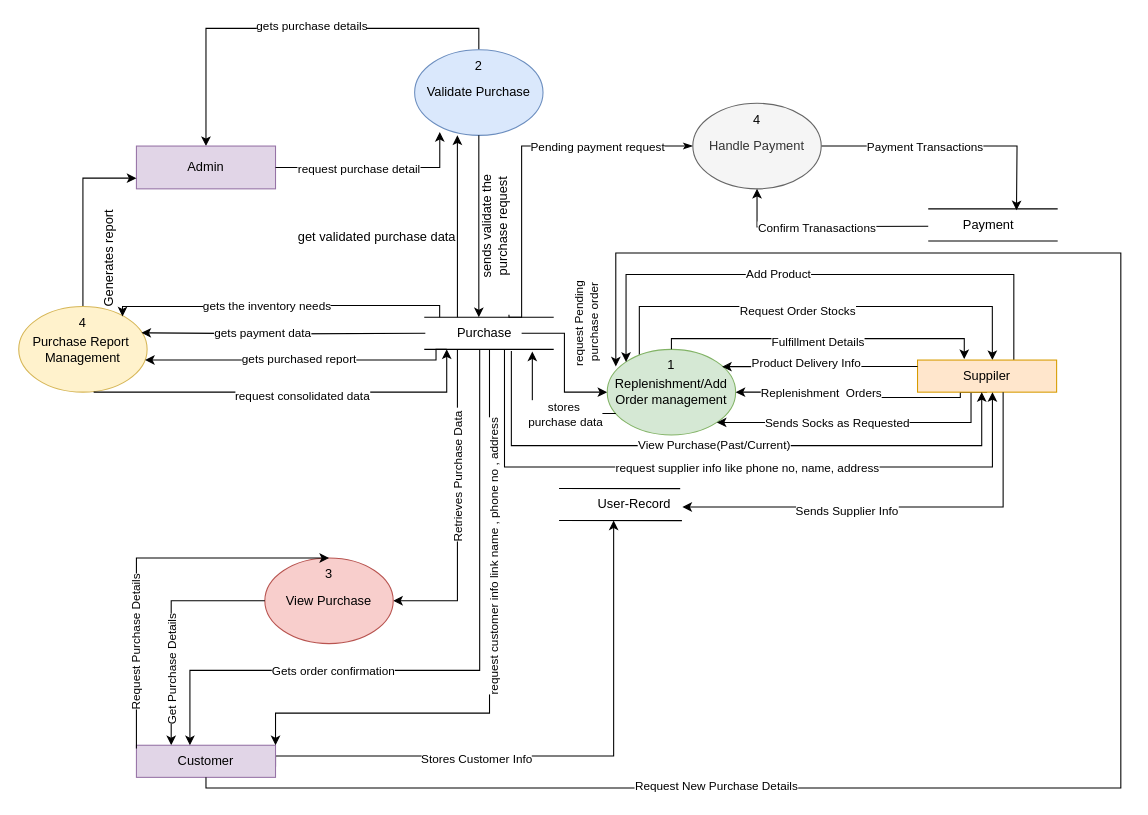
Above: Payment level 1.drawio in pawal-karki/DRAW.IO (draw.io), before the change. Source tidied: cells renumbered, new cells numbered last; positions are measured from the earlier drawing's top-left corner, leaving out a move shared by most shapes. Both pictures are drawn from the tidied source at 107%, with x=0, y=0 at pixel (-3, 49).
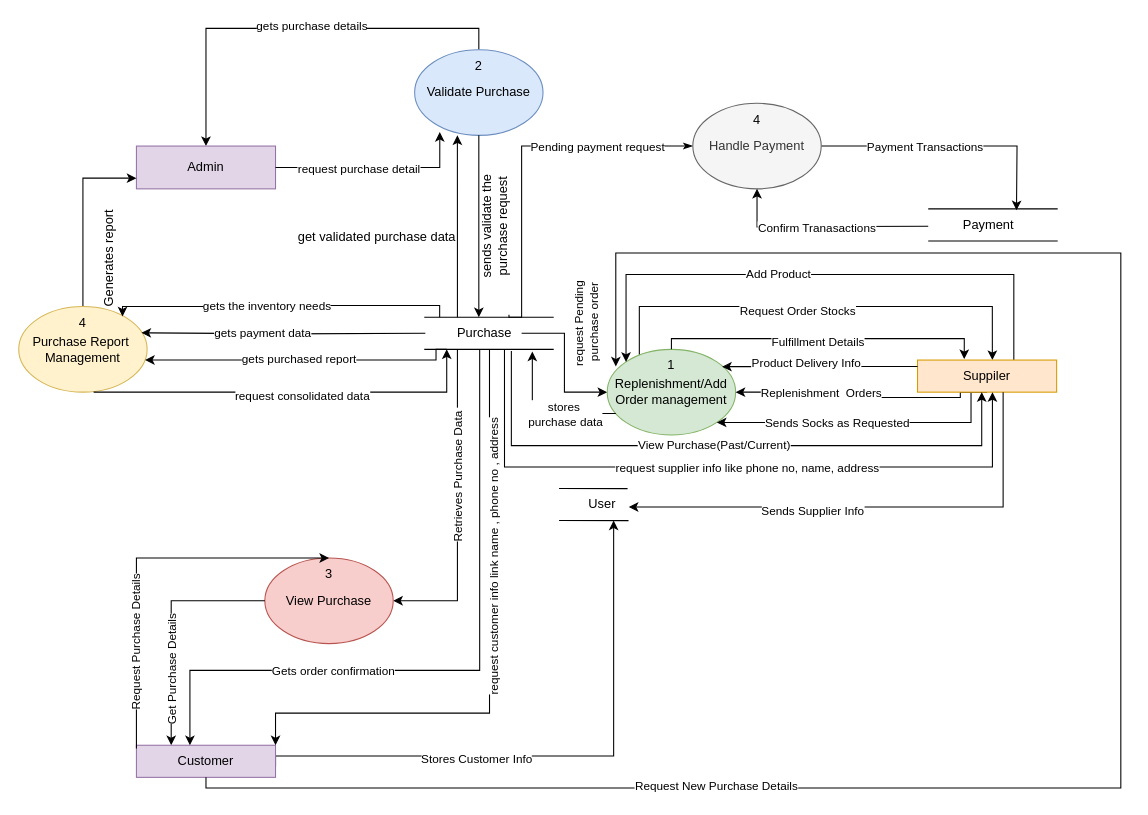
Above is the later version.

The edit, as a diff of the source:
```diff
@@
-    <mxCell id="54" value="User-Record" style="text;html=1;align=center;verticalAlign=middle;points=[];strokeColor=none;fillColor=none;" parent="1" vertex="1">
-      <mxGeometry x="550" y="410" width="90" height="30" as="geometry" />
+    <mxCell id="54" value="User" style="text;html=1;align=center;verticalAlign=middle;points=[];strokeColor=none;fillColor=none;" parent="1" vertex="1">
+      <mxGeometry x="540" y="410" width="50" height="30" as="geometry" />
     </mxCell>
```
